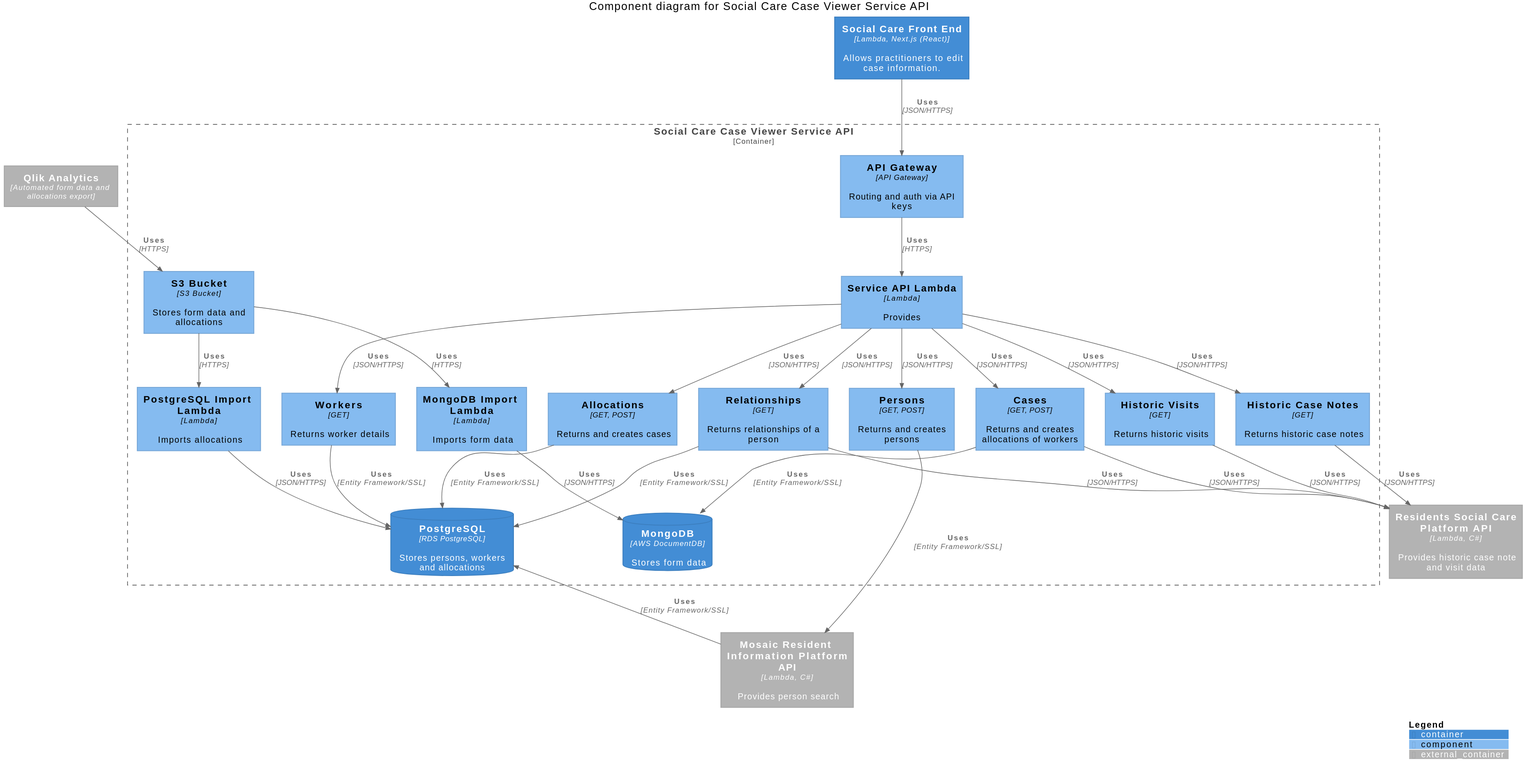
LBHackney-IT/social-care-case-viewer-api keeps this PlantUML diagram as docs/component-diagram.svg. Above is the earlier version.
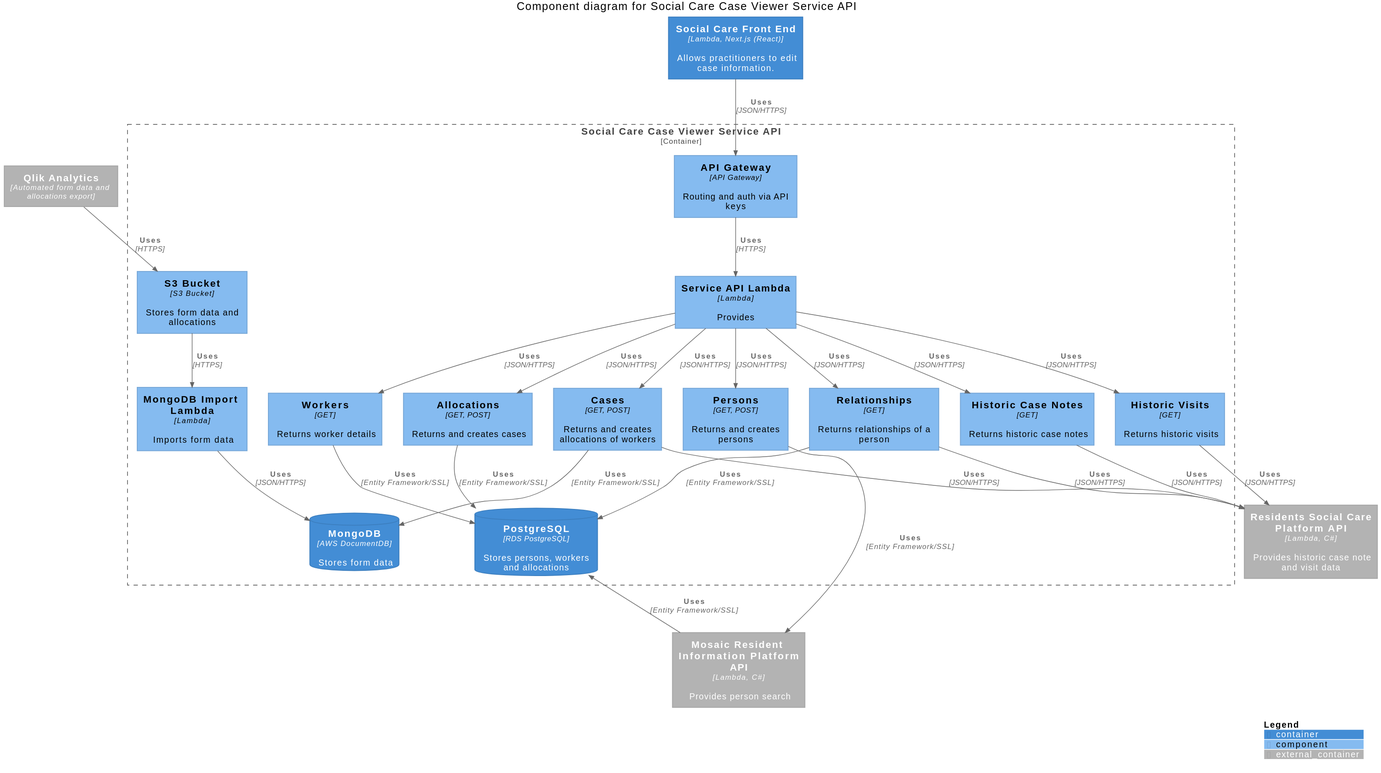
Later version of the same file.

Commit message:
remove postgres import lambda from the diagram

The edit, as a diff of the source:
```diff
@@ -14,7 +14,6 @@
     Component(api_gateway, "API Gateway", "API Gateway", "Routing and auth via API keys")
     Component(api_lambda, "Service API Lambda", "Lambda", "Provides ")
     Component(mongodb_import_lambda, "MongoDB Import Lambda", "Lambda", "Imports form data")
-    Component(postgres_import_lambda, "PostgreSQL Import Lambda", "Lambda", "Imports allocations")
     Component(s3_bucket, "S3 Bucket", "S3 Bucket", "Stores form data and allocations")
 
     Component(persons, "Persons", "GET, POST", "Returns and creates persons")
@@ -32,9 +31,7 @@
     Rel(qlik, s3_bucket, "Uses", "HTTPS")
 
     Rel(s3_bucket, mongodb_import_lambda, "Uses", "HTTPS")
-    Rel(s3_bucket, postgres_import_lambda, "Uses", "HTTPS")
     Rel(mongodb_import_lambda, mongodb, "Uses", "JSON/HTTPS")
-    Rel(postgres_import_lambda, postgres, "Uses", "JSON/HTTPS")
 
     Rel(social_care_front_end, api_gateway, "Uses", "JSON/HTTPS")
 
```
